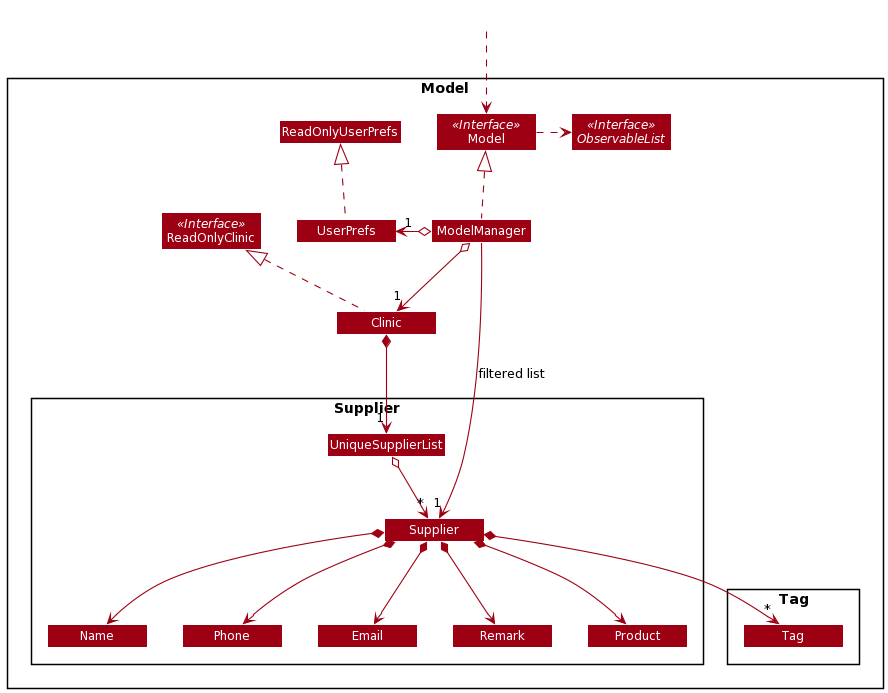
Before: docs/images/ModelClassDiagram.png, a diagram exported from PlantUML (tohyuting/tp).
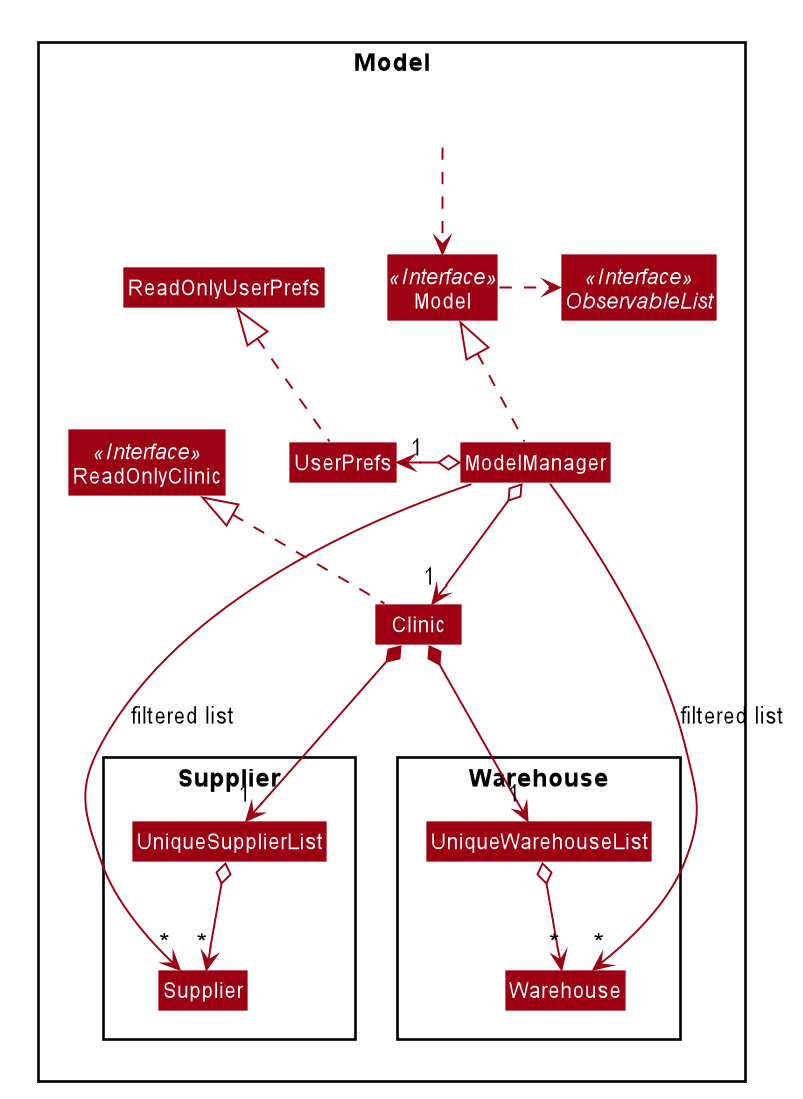
After the commit.

Change to the diagram source:
```diff
@@ -1,29 +1,11 @@
 @startuml
-!define UI_COLOR #1D8900
-!define UI_COLOR_T1 #83E769
-!define UI_COLOR_T2 #3FC71B
-!define UI_COLOR_T3 #166800
-!define UI_COLOR_T4 #0E4100
 
-!define LOGIC_COLOR #3333C4
-!define LOGIC_COLOR_T1 #C8C8FA
-!define LOGIC_COLOR_T2 #6A6ADC
-!define LOGIC_COLOR_T3 #1616B0
-!define LOGIC_COLOR_T4 #101086
 
-!define MODEL_COLOR #9D0012
-!define MODEL_COLOR_T1 #F97181
-!define MODEL_COLOR_T2 #E41F36
-!define MODEL_COLOR_T3 #7B000E
-!define MODEL_COLOR_T4 #51000A
 
-!define STORAGE_COLOR #A38300
-!define STORAGE_COLOR_T1 #FFE374
-!define STORAGE_COLOR_T2 #EDC520
-!define STORAGE_COLOR_T3 #806600
-!define STORAGE_COLOR_T2 #544400
 
-!define USER_COLOR #000000
+
+
+
 
 skinparam BackgroundColor #FFFFFFF
 
@@ -38,8 +20,8 @@
 }
 
 skinparam Actor {
-    BorderColor USER_COLOR
-    Color USER_COLOR
+    BorderColor #000000
+    Color #000000
     FontName Arial
 }
 
@@ -56,7 +38,7 @@
     Padding 20
 }
 
-skinparam MinClassWidth 100
+skinparam MinClassWidth 50
 skinparam ParticipantPadding 10
 skinparam Shadowing false
 skinparam DefaultTextAlignment center
@@ -65,10 +47,9 @@
 hide footbox
 hide members
 hide circle
-
 skinparam arrowThickness 1.1
-skinparam arrowColor MODEL_COLOR
-skinparam classBackgroundColor MODEL_COLOR
+skinparam arrowColor #9D0012
+skinparam classBackgroundColor #9D0012
 
 Package Model <<Rectangle>>{
 Interface ReadOnlyClinic <<Interface>>
@@ -83,17 +64,12 @@
 
 Package Supplier {
 Class Supplier
-Class Name
-Class Phone
-Class Email
-Class Remark
-Class Product
 Class UniqueSupplierList
 }
 
-Package Tag{
-Class Tag
-}
+Package Warehouse {
+Class Warehouse
+Class UniqueWarehouseList
 }
 
 Class HiddenOutside #FFFFFF
@@ -109,12 +85,11 @@
 
 Clinic *-down-> "1" UniqueSupplierList
 UniqueSupplierList o--> "*" Supplier
-Supplier *--> Name
-Supplier *--> Phone
-Supplier *--> Email
-Supplier *--> "*" Tag
-Supplier *--> Remark
-Supplier *--> Product
 
-ModelManager -->"1" Supplier : filtered list
+Clinic *-down-> "1" UniqueWarehouseList
+UniqueWarehouseList o--> "*" Warehouse
+
+
+ModelManager -->"*" Supplier : filtered list
+ModelManager -->"*" Warehouse : filtered list
 @enduml
```
